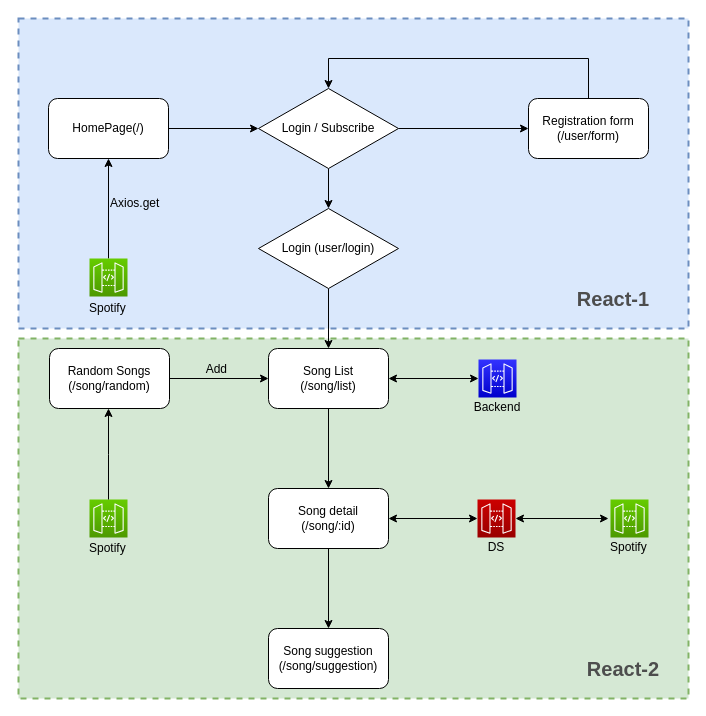
bw-spotify-song/frontend keeps this draw.io diagram as asset/flowChart/flowChart.drawio. Above is the earlier version. Source tidied: cells renumbered, new cells numbered last; positions are measured from the earlier drawing's top-left corner, leaving out a move shared by most shapes. Both pictures are drawn from the tidied source at 100%, with x=0, y=0 at pixel (18, 18).
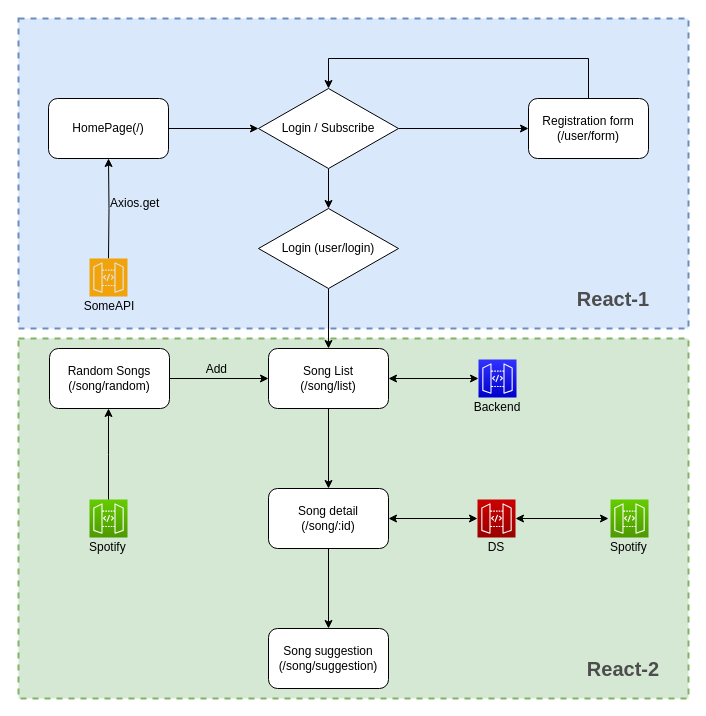
After the change.

The change refers to these unchanged cells:
```xml
<mxCell id="6" value="HomePage(/)" style="rounded=1;whiteSpace=wrap;html=1;" parent="1" vertex="1">
  <mxGeometry x="30" y="80" width="120" height="60" as="geometry" />
</mxCell>
```

The edit, as a diff of the source:
```diff
@@
-    <mxCell id="19" style="edgeStyle=orthogonalEdgeStyle;rounded=0;jettySize=auto;html=1;entryX=0.5;entryY=1;entryDx=0;entryDy=0;" parent="1" edge="1" source="20" target="6">
-      <mxGeometry relative="1" as="geometry" />
+    <mxCell id="19" style="edgeStyle=orthogonalEdgeStyle;rounded=0;jettySize=auto;html=1;entryX=0.5;entryY=1;entryDx=0;entryDy=0;" parent="1" edge="1" target="6">
+      <mxGeometry relative="1" as="geometry">
+        <mxPoint x="90" y="240" as="sourcePoint" />
+      </mxGeometry>
     </mxCell>
-    <mxCell id="20" style="outlineConnect=0;fontColor=#232F3E;gradientColor=#66CC00;gradientDirection=north;fillColor=#4D9900;strokeColor=#ffffff;dashed=0;verticalLabelPosition=bottom;verticalAlign=top;align=center;html=1;fontSize=12;fontStyle=0;shape=mxgraph.aws4.resourceIcon;resIcon=mxgraph.aws4.api_gateway;" parent="1" vertex="1">
-      <mxGeometry x="71" y="240" width="38" height="38" as="geometry" />
-    </mxCell>
@@
-    <mxCell id="22" value="Spotify&amp;nbsp;" style="text;html=1;strokeColor=none;fillColor=none;align=center;verticalAlign=middle;whiteSpace=wrap;rounded=0;" parent="1" vertex="1">
-      <mxGeometry x="71" y="280" width="40" height="20" as="geometry" />
-    </mxCell>
@@
-    <mxCell id="38" value="Spotify&amp;nbsp;" style="text;html=1;strokeColor=none;fillColor=none;align=center;verticalAlign=middle;whiteSpace=wrap;rounded=0;" parent="1" vertex="1">
-      <mxGeometry x="71" y="520" width="40" height="20" as="geometry" />
-    </mxCell>
+    <mxCell id="39" style="gradientDirection=north;fillColor=#f0a30a;strokeColor=#E6E6E6;dashed=0;verticalLabelPosition=bottom;verticalAlign=top;align=center;html=1;fontSize=12;fontStyle=0;shape=mxgraph.aws4.resourceIcon;resIcon=mxgraph.aws4.api_gateway;fontColor=#ffffff;" parent="1" vertex="1">
+      <mxGeometry x="71" y="240" width="38" height="38" as="geometry" />
+    </mxCell>
+    <mxCell id="40" value="SomeAPI" style="text;html=1;strokeColor=none;fillColor=none;align=center;verticalAlign=middle;whiteSpace=wrap;rounded=0;" parent="1" vertex="1">
+      <mxGeometry x="71" y="278" width="40" height="20" as="geometry" />
+    </mxCell>
+    <mxCell id="41" value="Spotify&amp;nbsp;" style="text;html=1;strokeColor=none;fillColor=none;align=center;verticalAlign=middle;whiteSpace=wrap;rounded=0;" parent="1" vertex="1">
+      <mxGeometry x="71" y="519" width="40" height="20" as="geometry" />
+    </mxCell>
```
